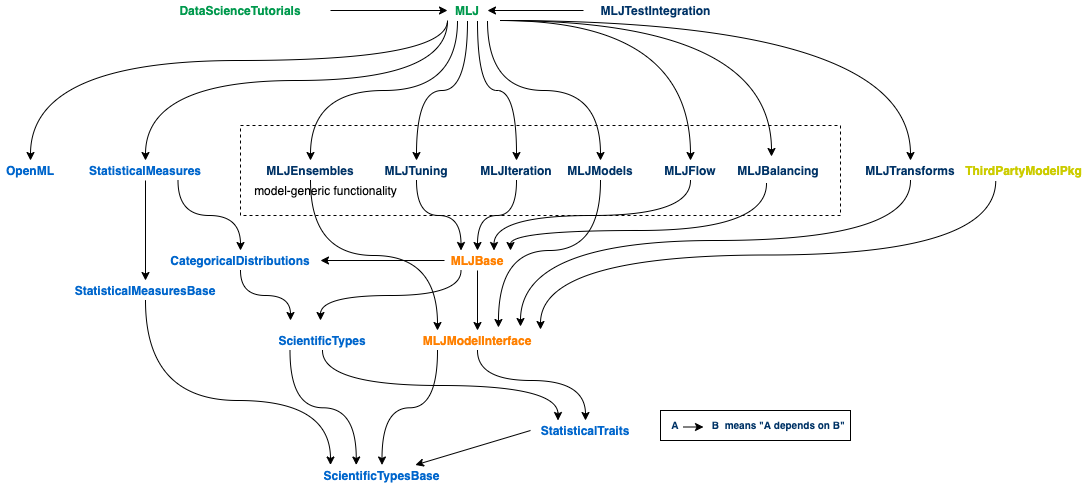
This is material/MLJ_stack.png from JuliaAI/MLJ.jl, a draw.io export, as it was before one commit. Source tidied: cells renumbered, new cells last; positions are measured from the earlier drawing's top-left corner, leaving out a move shared by most shapes.
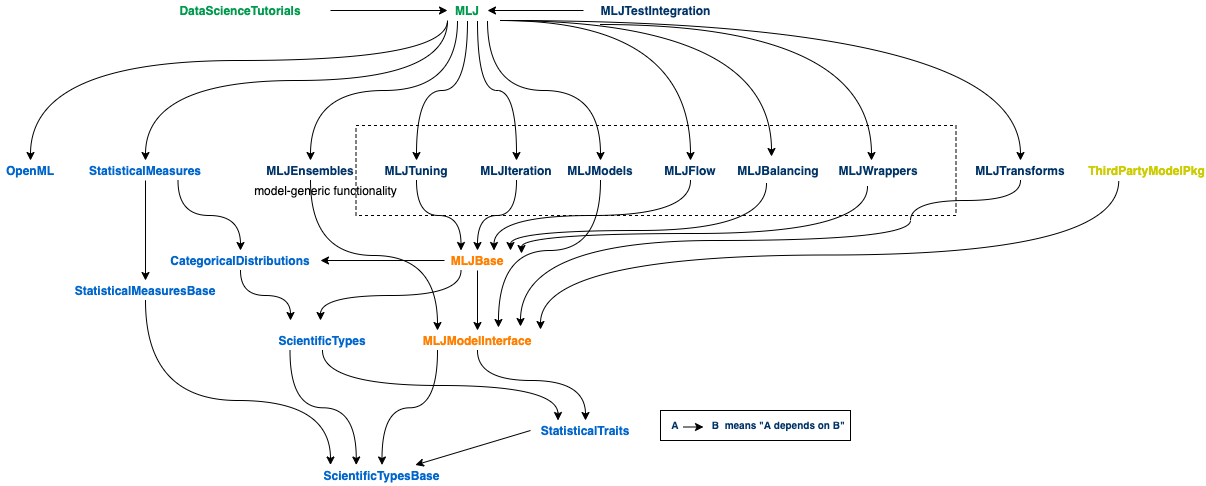
The same file after the commit.

Commit message:
update MLJ_stack image

Change to the diagram source:
```diff
@@ -3,7 +3,7 @@
     <mxCell id="0" />
     <mxCell id="1" parent="0" />
     <mxCell id="2" style="rounded=0;whiteSpace=wrap;html=1;fillColor=none;dashed=1;strokeColor=#000000;" parent="1" vertex="1">
-      <mxGeometry x="240" y="125" width="600" height="90" as="geometry" />
+      <mxGeometry x="355.5" y="125" width="600" height="90" as="geometry" />
     </mxCell>
     <mxCell id="3" value="&lt;b&gt;&lt;font color=&quot;#ff8000&quot;&gt;MLJModelInterface&lt;/font&gt;&lt;/b&gt;" style="text;html=1;strokeColor=none;fillColor=none;align=center;verticalAlign=middle;whiteSpace=wrap;rounded=0;comic=1;" parent="1" vertex="1">
       <mxGeometry x="397" y="330" width="160" height="20" as="geometry" />
@@ -51,7 +51,7 @@
       </mxGeometry>
     </mxCell>
     <mxCell id="16" value="&lt;b&gt;&lt;font color=&quot;#cccc00&quot;&gt;ThirdPartyModelPkg&lt;/font&gt;&lt;/b&gt;" style="text;html=1;strokeColor=none;fillColor=none;align=center;verticalAlign=middle;whiteSpace=wrap;rounded=0;comic=1;" parent="1" vertex="1">
-      <mxGeometry x="967" y="160" width="113" height="20" as="geometry" />
+      <mxGeometry x="1090" y="160" width="113" height="20" as="geometry" />
     </mxCell>
     <mxCell id="17" style="edgeStyle=orthogonalEdgeStyle;curved=1;rounded=0;jettySize=auto;html=1;exitX=0.5;exitY=1;exitDx=0;exitDy=0;entryX=0.5;entryY=0;entryDx=0;entryDy=0;" parent="1" edge="1" source="23" target="12">
       <mxGeometry relative="1" as="geometry" />
@@ -209,7 +209,7 @@
       </mxGeometry>
     </mxCell>
     <mxCell id="57" value="&lt;b&gt;&lt;font color=&quot;#003366&quot;&gt;MLJTransforms&lt;/font&gt;&lt;/b&gt;" style="text;html=1;strokeColor=none;fillColor=none;align=center;verticalAlign=middle;whiteSpace=wrap;rounded=0;comic=1;" parent="1" vertex="1">
-      <mxGeometry x="860" y="160" width="100" height="20" as="geometry" />
+      <mxGeometry x="970" y="160" width="100" height="20" as="geometry" />
     </mxCell>
     <mxCell id="58" style="endArrow=classic;html=1;entryX=0.5;entryY=0;entryDx=0;entryDy=0;edgeStyle=orthogonalEdgeStyle;curved=1;" parent="1" edge="1" target="57">
       <mxGeometry relative="1" as="geometry">
@@ -220,6 +220,8 @@
       <mxGeometry relative="1" as="geometry">
         <mxPoint x="520" y="326" as="targetPoint" />
         <Array as="points">
+          <mxPoint x="1020" y="200" />
+          <mxPoint x="910" y="200" />
           <mxPoint x="910" y="240" />
           <mxPoint x="520" y="240" />
         </Array>
@@ -233,5 +235,24 @@
         </Array>
       </mxGeometry>
     </mxCell>
+    <mxCell id="61" value="&lt;b&gt;&lt;font color=&quot;#003366&quot;&gt;MLJWrappers&lt;/font&gt;&lt;/b&gt;" style="text;html=1;strokeColor=none;fillColor=none;align=center;verticalAlign=middle;whiteSpace=wrap;rounded=0;comic=1;" parent="1" vertex="1">
+      <mxGeometry x="828" y="160" width="100" height="20" as="geometry" />
+    </mxCell>
+    <mxCell id="62" style="endArrow=classic;html=1;entryX=0.43;entryY=-0.2;entryDx=0;entryDy=0;entryPerimeter=0;edgeStyle=orthogonalEdgeStyle;curved=1;" parent="1" edge="1">
+      <mxGeometry relative="1" as="geometry">
+        <mxPoint x="600" y="24" as="sourcePoint" />
+        <mxPoint x="871" y="160" as="targetPoint" />
+      </mxGeometry>
+    </mxCell>
+    <mxCell id="63" style="endArrow=classic;html=1;exitX=0.38;exitY=1.15;exitDx=0;exitDy=0;exitPerimeter=0;edgeStyle=orthogonalEdgeStyle;curved=1;" parent="1" edge="1">
+      <mxGeometry relative="1" as="geometry">
+        <mxPoint x="867" y="186" as="sourcePoint" />
+        <mxPoint x="521" y="253" as="targetPoint" />
+        <Array as="points">
+          <mxPoint x="867" y="233" />
+          <mxPoint x="521" y="233" />
+        </Array>
+      </mxGeometry>
+    </mxCell>
   </root>
 </mxGraphModel>
```
